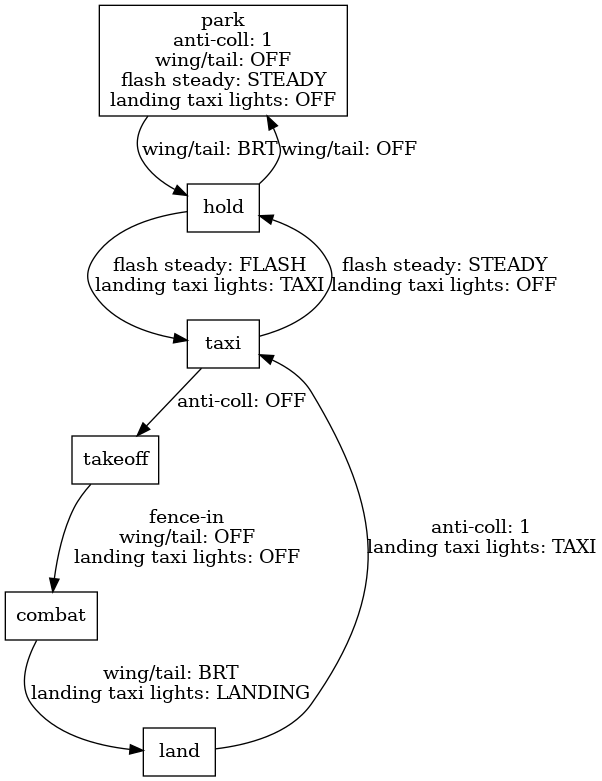
Before: dcs/img/light_discipline.png, a diagram exported from Graphviz (joergen7/devilfish-flotilla). Its source is kept beside it as resources/light_discipline.dot.
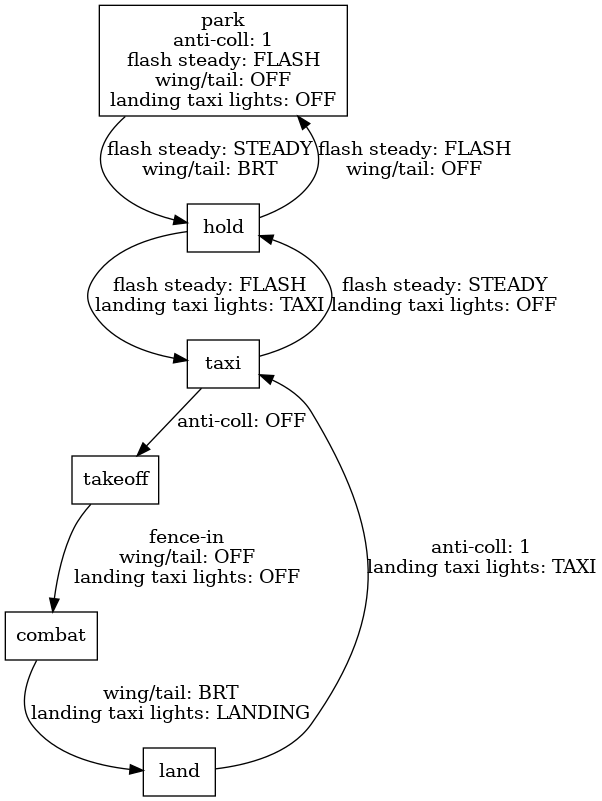
Above is the later version.

The edit, as a diff of the source:
```diff
@@ -1,20 +1,20 @@
 digraph G {
 
-park    [shape=box, label="park\nanti-coll: 1\nwing/tail: OFF\nflash steady: STEADY\nlanding taxi lights: OFF"];
+park    [shape=box, label="park\nanti-coll: 1\nflash steady: FLASH\nwing/tail: OFF\nlanding taxi lights: OFF"];
 hold    [shape=box];
 taxi    [shape=box];
 takeoff [shape=box];
 combat  [shape=box];
 land    [shape=box];
 
-park    -> hold    [label="wing/tail: BRT"];
+park    -> hold    [label="flash steady: STEADY\nwing/tail: BRT"];
 hold    -> taxi    [label="flash steady: FLASH\nlanding taxi lights: TAXI"];
 taxi    -> takeoff [label="anti-coll: OFF"];
 takeoff -> combat  [label="fence-in\nwing/tail: OFF\nlanding taxi lights: OFF"];
 combat  -> land    [label="wing/tail: BRT\nlanding taxi lights: LANDING"];
 land    -> taxi    [label="anti-coll: 1\nlanding taxi lights: TAXI"];
 taxi    -> hold    [label="flash steady: STEADY\nlanding taxi lights: OFF"];
-hold    -> park    [label="wing/tail: OFF"];
+hold    -> park    [label="flash steady: FLASH\nwing/tail: OFF"];
 
 
 }
```
